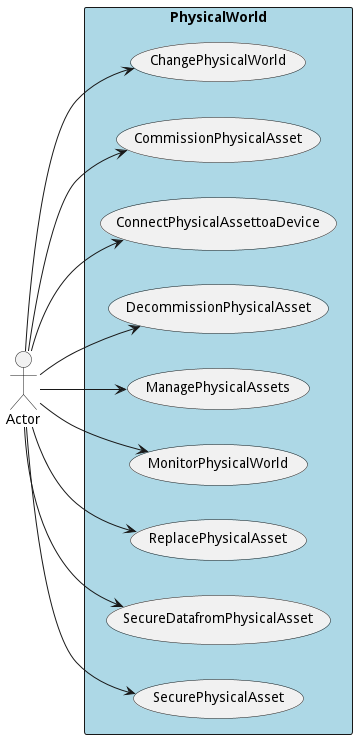
Above: docs/edgemere/cpl/pw/usecases.png in madajaju/edgemere (PlantUML), before the change. Source of this version:
```plantuml
@startuml

left to right direction
Actor "Actor" as Actor
Actor "Actor" as Actor
Actor "Actor" as Actor
Actor "Actor" as Actor
Actor "Actor" as Actor
Actor "Actor" as Actor
Actor "Actor" as Actor
Actor "Actor" as Actor
Actor "Actor" as Actor


rectangle "PhysicalWorld" #lightblue {
usecase "ChangePhysicalWorld" as ChangePhysicalWorld
    Actor --> ChangePhysicalWorld
    usecase "CommissionPhysicalAsset" as CommissionPhysicalAsset
    Actor --> CommissionPhysicalAsset
    usecase "ConnectPhysicalAssettoaDevice" as ConnectPhysicalAssettoaDevice
    Actor --> ConnectPhysicalAssettoaDevice
    usecase "DecommissionPhysicalAsset" as DecommissionPhysicalAsset
    Actor --> DecommissionPhysicalAsset
    usecase "ManagePhysicalAssets" as ManagePhysicalAssets
    Actor --> ManagePhysicalAssets
    usecase "MonitorPhysicalWorld" as MonitorPhysicalWorld
    Actor --> MonitorPhysicalWorld
    usecase "ReplacePhysicalAsset" as ReplacePhysicalAsset
    Actor --> ReplacePhysicalAsset
    usecase "SecureDatafromPhysicalAsset" as SecureDatafromPhysicalAsset
    Actor --> SecureDatafromPhysicalAsset
    usecase "SecurePhysicalAsset" as SecurePhysicalAsset
    Actor --> SecurePhysicalAsset
    }


@enduml
```
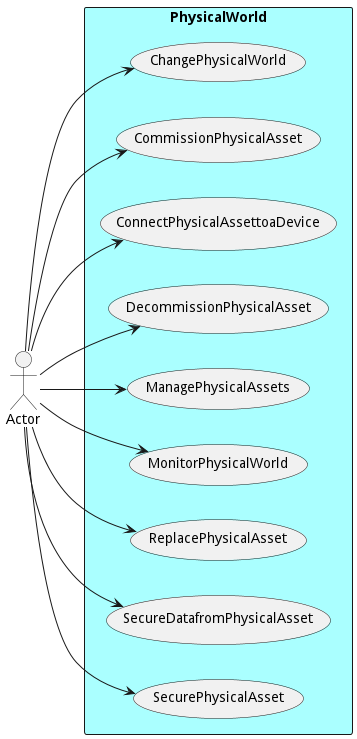
After the change.

The edit, as a diff of the source:
```diff
@@ -12,7 +12,7 @@
 Actor "Actor" as Actor
 
 
-rectangle "PhysicalWorld" #lightblue {
+rectangle "PhysicalWorld" #aaffff {
 usecase "ChangePhysicalWorld" as ChangePhysicalWorld
     Actor --> ChangePhysicalWorld
     usecase "CommissionPhysicalAsset" as CommissionPhysicalAsset
```
